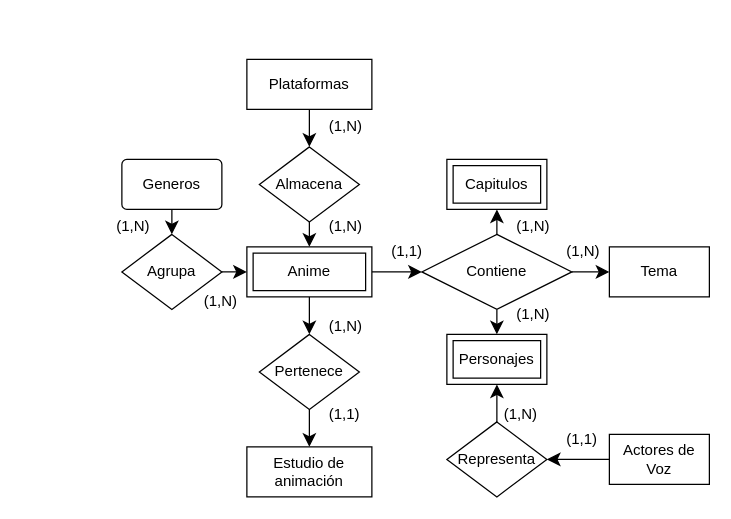
Earlier version of the draw.io diagram Animes.drawio (Ticnow/Pruebas). Source tidied: cells renumbered, new cells numbered last; positions are measured from the earlier drawing's top-left corner, leaving out a move shared by most shapes. Both pictures are drawn from the tidied source at 125%, with x=0, y=0 at pixel (109, 59).
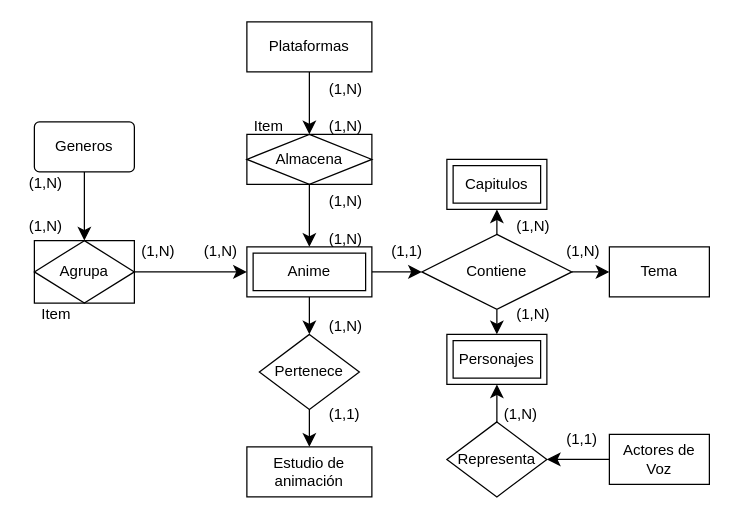
Above is the later version.

Unchanged cells that the change refers to:
```xml
<mxCell id="15" value="Anime" style="shape=ext;margin=3;double=1;whiteSpace=wrap;html=1;align=center;" parent="1" vertex="1">
  <mxGeometry x="110" y="150" width="100" height="40" as="geometry" />
</mxCell>
```

Diff of the diagram source:
```diff
@@
     <mxCell id="8" value="Plataformas" style="whiteSpace=wrap;html=1;align=center;" parent="1" vertex="1">
-      <mxGeometry x="110" width="100" height="40" as="geometry" />
+      <mxGeometry x="110" y="-30" width="100" height="40" as="geometry" />
     </mxCell>
-    <mxCell id="9" style="edgeStyle=none;curved=1;rounded=0;jettySize=auto;html=1;fontSize=12;startSize=8;endSize=8;" parent="1" edge="1" source="10" target="31">
+    <mxCell id="9" style="edgeStyle=none;curved=1;rounded=0;jettySize=auto;html=1;entryX=0.5;entryY=0;entryDx=0;entryDy=0;fontSize=12;startSize=8;endSize=8;" parent="1" edge="1" source="10" target="31">
       <mxGeometry relative="1" as="geometry" />
     </mxCell>
     <mxCell id="10" value="Generos" style="rounded=1;arcSize=10;whiteSpace=wrap;html=1;align=center;" parent="1" vertex="1">
-      <mxGeometry x="10" y="80" width="80" height="40" as="geometry" />
+      <mxGeometry x="-60" y="50" width="80" height="40" as="geometry" />
     </mxCell>
@@
-    <mxCell id="22" style="edgeStyle=none;curved=1;rounded=0;jettySize=auto;html=1;entryX=0.5;entryY=0;entryDx=0;entryDy=0;fontSize=12;startSize=8;endSize=8;" parent="1" edge="1" source="23" target="15">
-      <mxGeometry relative="1" as="geometry" />
-    </mxCell>
-    <mxCell id="23" value="Almacena" style="shape=rhombus;perimeter=rhombusPerimeter;whiteSpace=wrap;html=1;align=center;" parent="1" vertex="1">
-      <mxGeometry x="120" y="70" width="80" height="60" as="geometry" />
-    </mxCell>
     <mxCell id="24" value="(1,N)" style="text;strokeColor=none;fillColor=none;spacingLeft=4;spacingRight=4;overflow=hidden;fontSize=12;whiteSpace=wrap;html=1;" parent="1" vertex="1">
-      <mxGeometry x="170" y="40" width="40" height="30" as="geometry" />
+      <mxGeometry x="170" y="10" width="40" height="30" as="geometry" />
     </mxCell>
     <mxCell id="25" value="(1,N)" style="text;strokeColor=none;fillColor=none;spacingLeft=4;spacingRight=4;overflow=hidden;fontSize=12;whiteSpace=wrap;html=1;" parent="1" vertex="1">
-      <mxGeometry x="170" y="120" width="40" height="30" as="geometry" />
+      <mxGeometry x="170" y="130" width="40" height="30" as="geometry" />
     </mxCell>
@@
-    <mxCell id="30" style="edgeStyle=none;curved=1;rounded=0;jettySize=auto;html=1;entryX=0;entryY=0.5;entryDx=0;entryDy=0;fontSize=12;startSize=8;endSize=8;" parent="1" edge="1" source="31" target="15">
+    <mxCell id="30" style="edgeStyle=none;curved=1;rounded=0;jettySize=auto;html=1;entryX=0;entryY=0.5;entryDx=0;entryDy=0;fontSize=12;startSize=8;endSize=8;exitX=1;exitY=0.5;exitDx=0;exitDy=0;" parent="1" edge="1" source="31" target="15">
       <mxGeometry relative="1" as="geometry" />
     </mxCell>
-    <mxCell id="31" value="Agrupa" style="shape=rhombus;perimeter=rhombusPerimeter;whiteSpace=wrap;html=1;align=center;" parent="1" vertex="1">
-      <mxGeometry x="10" y="140" width="80" height="60" as="geometry" />
-    </mxCell>
     <mxCell id="32" value="(1,N)" style="text;strokeColor=none;fillColor=none;spacingLeft=4;spacingRight=4;overflow=hidden;fontSize=12;whiteSpace=wrap;html=1;" parent="1" vertex="1">
-      <mxGeometry y="120" width="40" height="30" as="geometry" />
+      <mxGeometry x="-70" y="85" width="40" height="30" as="geometry" />
     </mxCell>
     <mxCell id="33" value="(1,N)" style="text;strokeColor=none;fillColor=none;spacingLeft=4;spacingRight=4;overflow=hidden;fontSize=12;whiteSpace=wrap;html=1;" parent="1" vertex="1">
-      <mxGeometry x="70" y="180" width="40" height="30" as="geometry" />
+      <mxGeometry x="70" y="140" width="40" height="30" as="geometry" />
     </mxCell>
@@
+    <mxCell id="31" value="Agrupa" style="shape=associativeEntity;whiteSpace=wrap;html=1;align=center;" parent="1" vertex="1">
+      <mxGeometry x="-60" y="145" width="80" height="50" as="geometry" />
+    </mxCell>
+    <mxCell id="42" value="(1,N)" style="text;strokeColor=none;fillColor=none;spacingLeft=4;spacingRight=4;overflow=hidden;fontSize=12;whiteSpace=wrap;html=1;" parent="1" vertex="1">
+      <mxGeometry x="-70" y="120" width="40" height="30" as="geometry" />
+    </mxCell>
+    <mxCell id="43" value="(1,N)" style="text;strokeColor=none;fillColor=none;spacingLeft=4;spacingRight=4;overflow=hidden;fontSize=12;whiteSpace=wrap;html=1;" parent="1" vertex="1">
+      <mxGeometry x="20" y="140" width="40" height="30" as="geometry" />
+    </mxCell>
+    <mxCell id="22" style="edgeStyle=none;curved=1;rounded=0;jettySize=auto;html=1;entryX=0.5;entryY=0;entryDx=0;entryDy=0;fontSize=12;startSize=8;endSize=8;" parent="1" edge="1" source="23" target="15">
+      <mxGeometry relative="1" as="geometry" />
+    </mxCell>
+    <mxCell id="23" value="Almacena" style="shape=associativeEntity;whiteSpace=wrap;html=1;align=center;" parent="1" vertex="1">
+      <mxGeometry x="110" y="60" width="100" height="40" as="geometry" />
+    </mxCell>
+    <mxCell id="44" value="(1,N)" style="text;strokeColor=none;fillColor=none;spacingLeft=4;spacingRight=4;overflow=hidden;fontSize=12;whiteSpace=wrap;html=1;" parent="1" vertex="1">
+      <mxGeometry x="170" y="40" width="40" height="30" as="geometry" />
+    </mxCell>
+    <mxCell id="45" value="(1,N)" style="text;strokeColor=none;fillColor=none;spacingLeft=4;spacingRight=4;overflow=hidden;fontSize=12;whiteSpace=wrap;html=1;" parent="1" vertex="1">
+      <mxGeometry x="170" y="100" width="40" height="30" as="geometry" />
+    </mxCell>
+    <mxCell id="46" value="Item" style="text;strokeColor=none;fillColor=none;spacingLeft=4;spacingRight=4;overflow=hidden;fontSize=12;whiteSpace=wrap;html=1;" parent="1" vertex="1">
+      <mxGeometry x="-60" y="190" width="40" height="30" as="geometry" />
+    </mxCell>
+    <mxCell id="47" value="Item" style="text;strokeColor=none;fillColor=none;spacingLeft=4;spacingRight=4;overflow=hidden;fontSize=12;whiteSpace=wrap;html=1;" parent="1" vertex="1">
+      <mxGeometry x="110" y="40" width="40" height="30" as="geometry" />
+    </mxCell>
```
